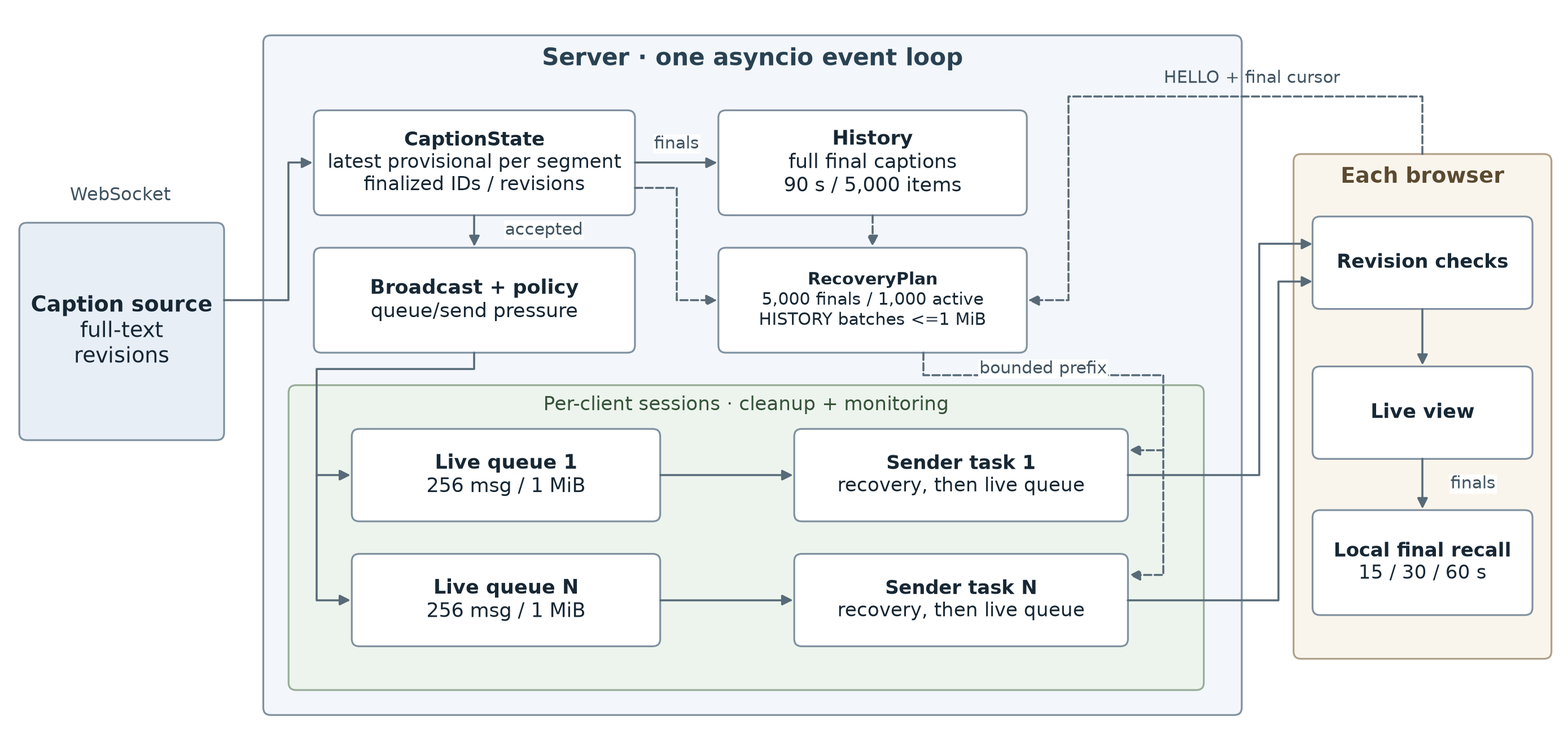
Above: docs/report/figures/system_architecture.png in lulu-wen/cs3103-a4-liverecall (Mermaid), before the change. Its source is kept beside it as docs/report/figures/system_architecture.mmd.
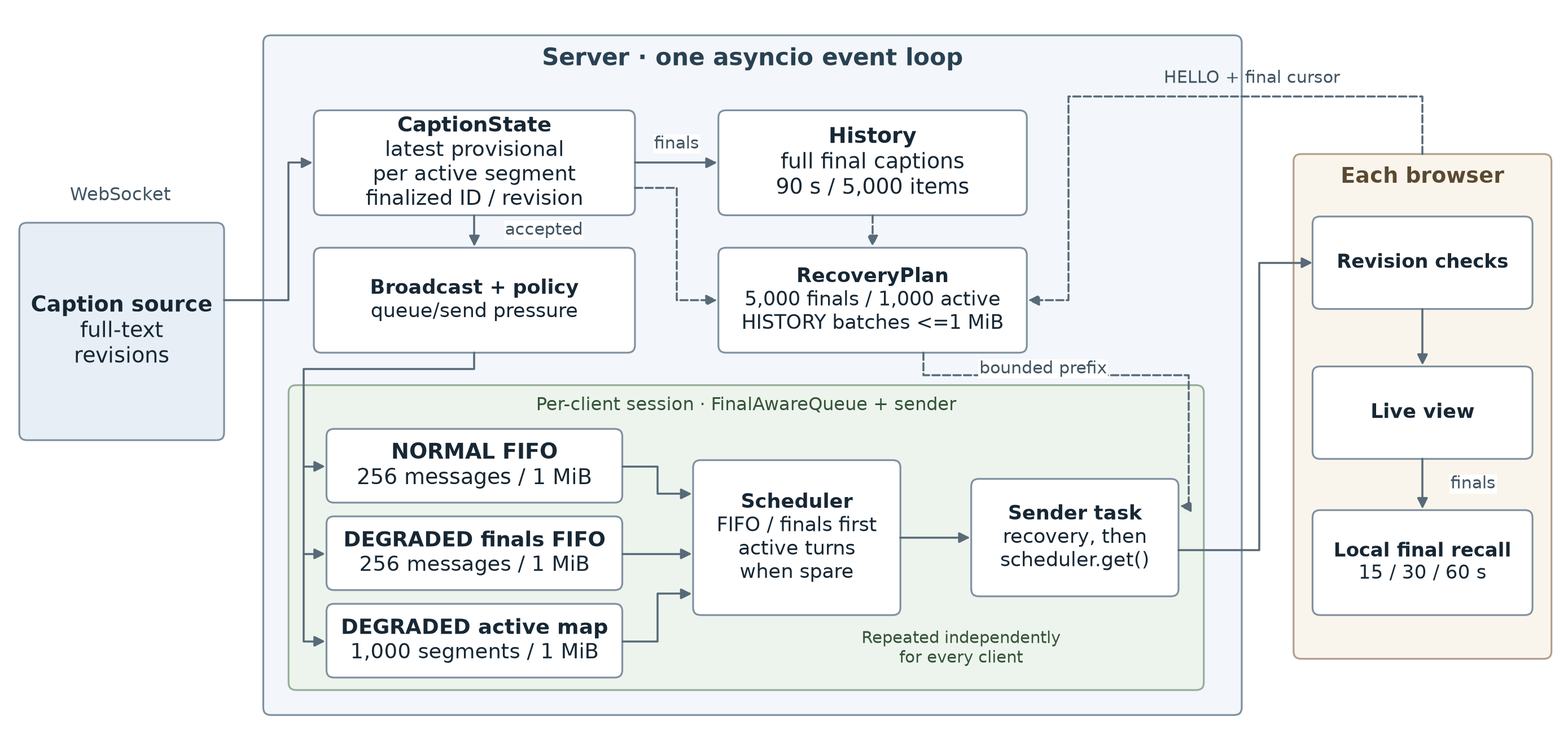
The same diagram one commit later.

The edit, as a diff of the source:
```diff
@@ -6,14 +6,15 @@
     STATE -. active snapshot .-> JOIN[RecoveryPlan: bounded snapshot, HISTORY batches up to 1 MiB]
     HISTORY -. recovery .-> JOIN
     subgraph SESSIONS[Independent client sessions: cleanup and monitoring]
-      Q1[Live queue 1: 256 messages / 1 MiB] --> TX1[Sender 1: recovery prefix then live queue]
-      QN[Live queue N: 256 messages / 1 MiB] --> TXN[Sender N: recovery prefix then live queue]
+      NORMAL[NORMAL FIFO: 256 messages / 1 MiB] --> SCHED[Scheduler: FIFO or finals first with active turns]
+      FINAL[DEGRADED final/control FIFO: 256 messages / 1 MiB] --> SCHED
+      ACTIVE[DEGRADED active map: 1000 segments / 1 MiB] --> SCHED
+      SCHED --> TX[One sender per client: recovery prefix then scheduler]
     end
-    POLICY --> Q1
-    POLICY --> QN
-    JOIN -. bounded recovery prefix .-> TX1
-    JOIN -. bounded recovery prefix .-> TXN
+    POLICY -->|NORMAL| NORMAL
+    POLICY -->|DEGRADED| FINAL
+    POLICY -->|DEGRADED| ACTIVE
+    JOIN -. bounded recovery prefix .-> TX
   end
-  TX1 --> BROWSER[Each browser: revision checks, live view and final recall]
-  TXN --> BROWSER
+  TX --> BROWSER[Each browser: revision checks, live view and final recall]
   BROWSER -. HELLO and final cursor .-> JOIN
```
